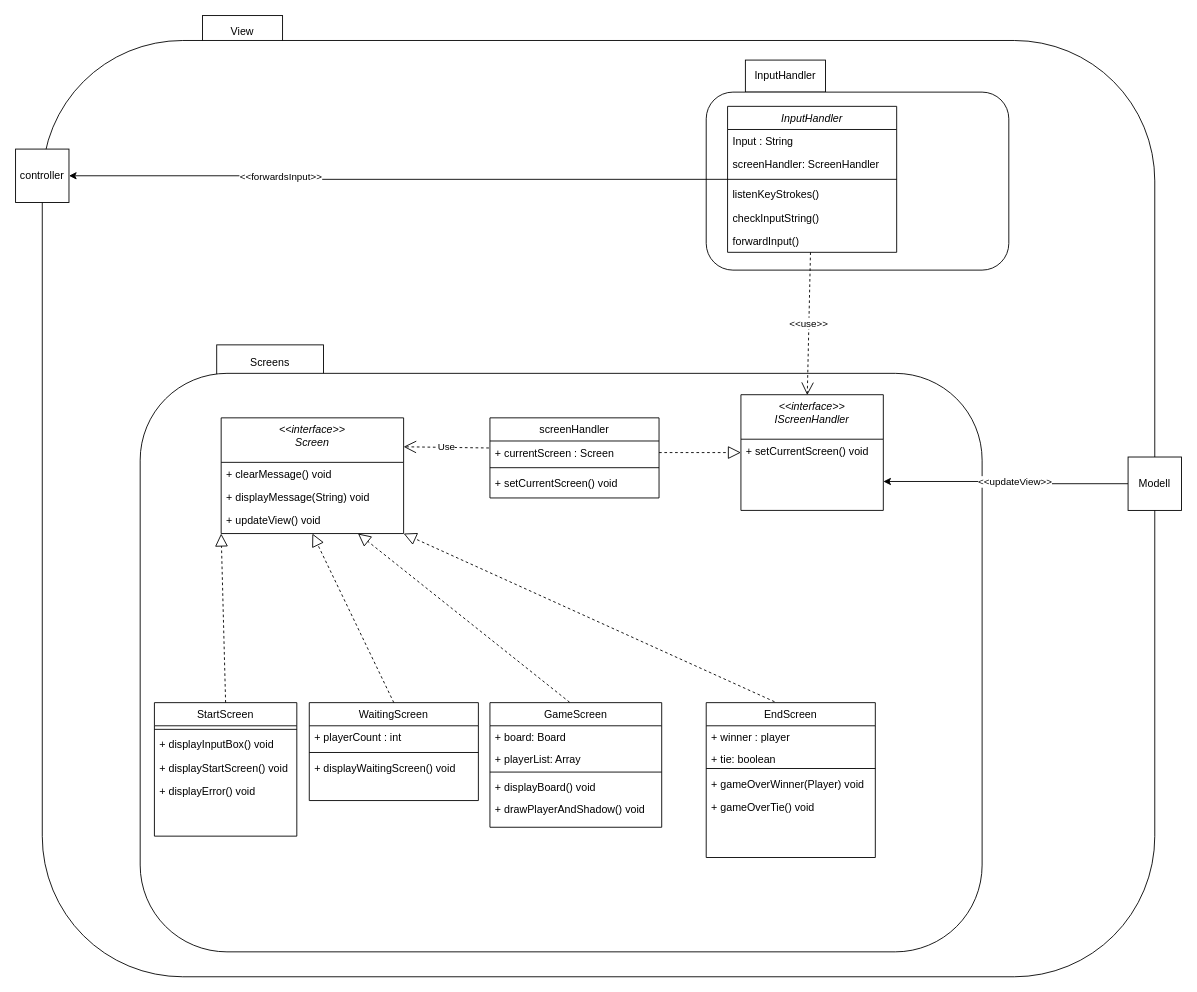
PrismFox/tron-game keeps this draw.io diagram as doku-game/view-classDiagramm-3.drawio. Above is the earlier version. Source tidied: cells renumbered, new cells numbered last; positions are measured from the earlier drawing's top-left corner, leaving out a move shared by most shapes. Both pictures are drawn from the tidied source at 89%, with x=0, y=0 at pixel (15, 15).
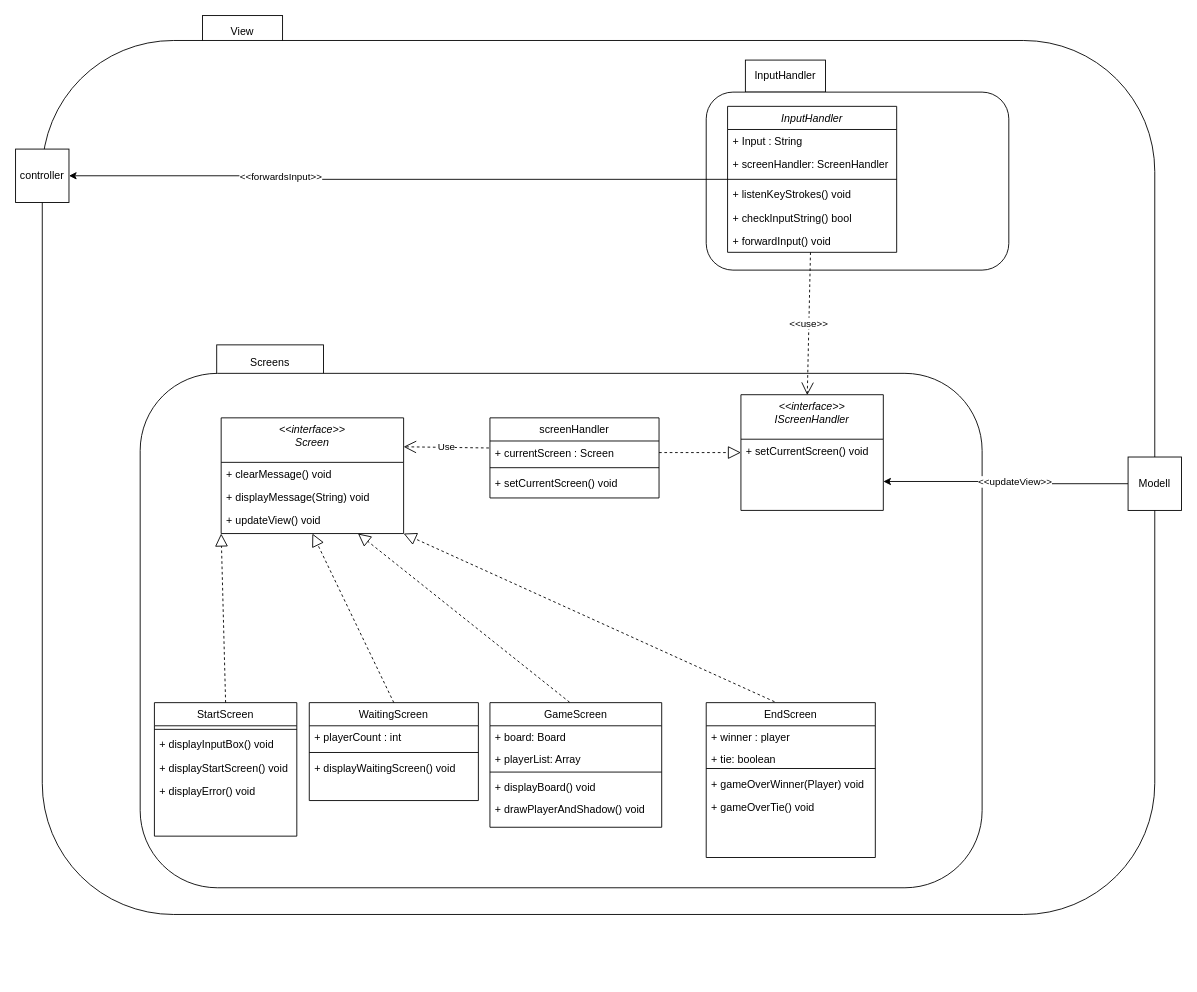
After the change.

Unchanged cells that the change refers to:
```xml
<mxCell id="10" value="InputHandler" style="swimlane;fontStyle=2;align=center;verticalAlign=top;horizontal=1;startSize=26;rounded=0;shadow=0;strokeWidth=1;" parent="1" vertex="1">
  <mxGeometry x="800" y="102" width="190" height="164" as="geometry" />
</mxCell>
```

What changed in the source:
```diff
@@
     <mxCell id="3" style="rounded=1;whiteSpace=wrap;html=1;" parent="1" vertex="1">
-      <mxGeometry x="30" y="28" width="1250" height="1052" as="geometry" />
+      <mxGeometry x="30" y="28" width="1250" height="982" as="geometry" />
     </mxCell>
@@
     <mxCell id="7" style="rounded=1;whiteSpace=wrap;html=1;" parent="1" vertex="1">
-      <mxGeometry x="140" y="402" width="946" height="650" as="geometry" />
+      <mxGeometry x="140" y="402" width="946" height="578" as="geometry" />
     </mxCell>
@@
-    <mxCell id="11" value="Input : String" style="text;align=left;verticalAlign=top;spacingLeft=4;spacingRight=4;overflow=hidden;" parent="10" vertex="1">
+    <mxCell id="11" value="+ Input : String" style="text;align=left;verticalAlign=top;spacingLeft=4;spacingRight=4;overflow=hidden;" parent="10" vertex="1">
       <mxGeometry y="26" width="190" height="26" as="geometry" />
     </mxCell>
-    <mxCell id="12" value="screenHandler: ScreenHandler" style="text;align=left;verticalAlign=top;spacingLeft=4;spacingRight=4;overflow=hidden;" parent="10" vertex="1">
+    <mxCell id="12" value="+ screenHandler: ScreenHandler" style="text;align=left;verticalAlign=top;spacingLeft=4;spacingRight=4;overflow=hidden;" parent="10" vertex="1">
       <mxGeometry y="52" width="190" height="26" as="geometry" />
     </mxCell>
@@
-    <mxCell id="14" value="listenKeyStrokes()" style="text;align=left;verticalAlign=top;spacingLeft=4;spacingRight=4;overflow=hidden;" parent="10" vertex="1">
+    <mxCell id="14" value="+ listenKeyStrokes() void" style="text;align=left;verticalAlign=top;spacingLeft=4;spacingRight=4;overflow=hidden;" parent="10" vertex="1">
       <mxGeometry y="86" width="190" height="26" as="geometry" />
     </mxCell>
-    <mxCell id="15" value="checkInputString()" style="text;align=left;verticalAlign=top;spacingLeft=4;spacingRight=4;overflow=hidden;" parent="10" vertex="1">
+    <mxCell id="15" value="+ checkInputString() bool" style="text;align=left;verticalAlign=top;spacingLeft=4;spacingRight=4;overflow=hidden;" parent="10" vertex="1">
       <mxGeometry y="112" width="190" height="26" as="geometry" />
     </mxCell>
-    <mxCell id="16" value="forwardInput()" style="text;align=left;verticalAlign=top;spacingLeft=4;spacingRight=4;overflow=hidden;" parent="10" vertex="1">
+    <mxCell id="16" value="+ forwardInput() void" style="text;align=left;verticalAlign=top;spacingLeft=4;spacingRight=4;overflow=hidden;" parent="10" vertex="1">
       <mxGeometry y="138" width="190" height="26" as="geometry" />
     </mxCell>
```
